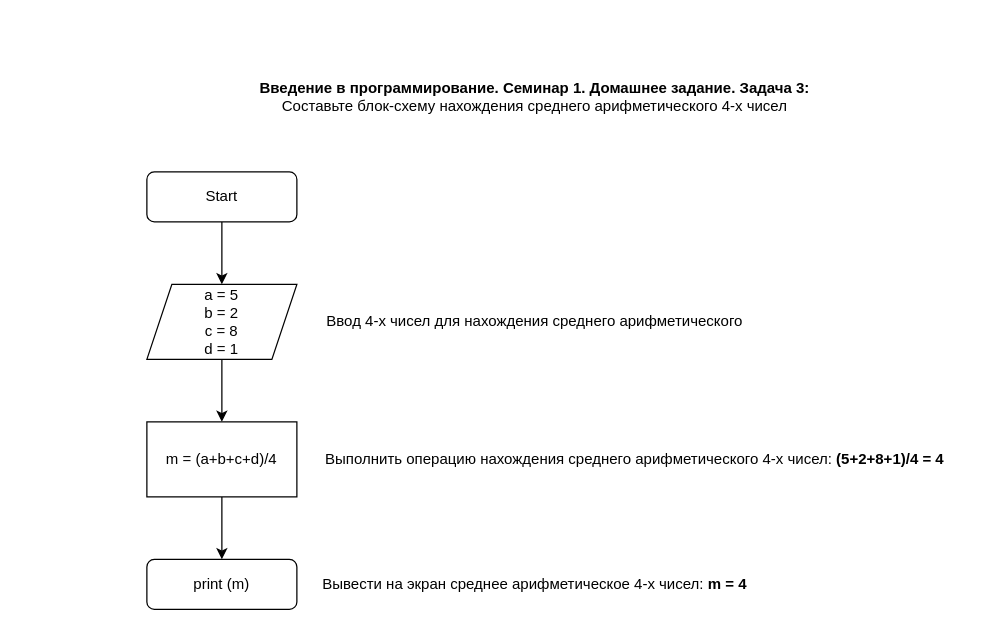
Earlier version of the draw.io diagram 2022.12.06_HW_1-3.drawio (kask1n/Programming_Introguction). Source tidied: cells renumbered, new cells numbered last; positions are measured from the earlier drawing's top-left corner, leaving out a move shared by most shapes. Both pictures are drawn from the tidied source at 125%, with x=0, y=0 at pixel (146, 71).
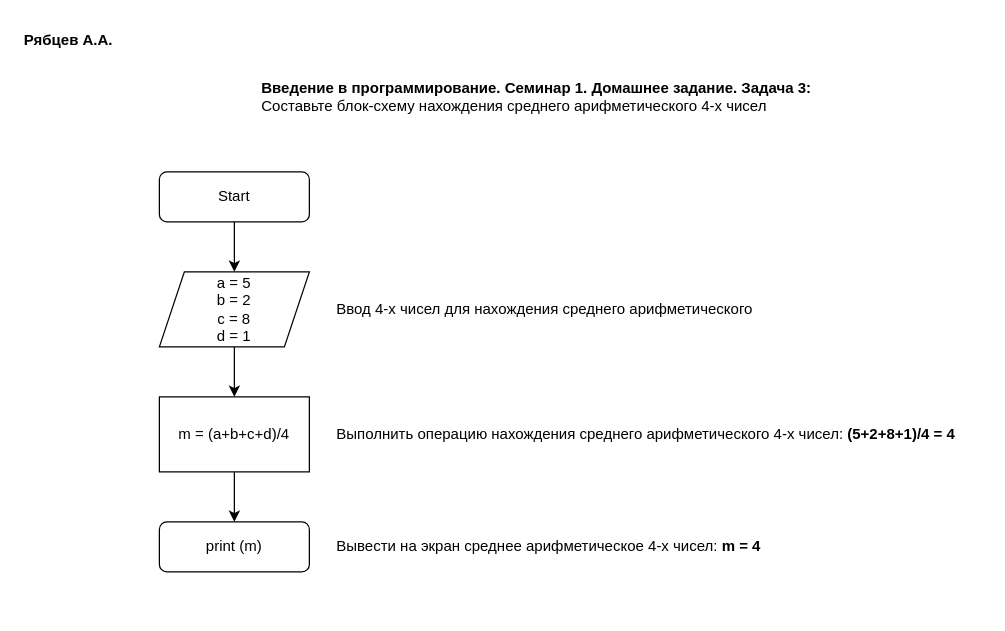
Above is the later version.

What changed in the source:
```diff
@@
 <mxGraphModel>
   <root>
     <mxCell id="0" />
     <mxCell id="1" parent="0" />
-    <mxCell id="2" style="edgeStyle=orthogonalEdgeStyle;rounded=0;jettySize=auto;html=1;" parent="1" edge="1" source="3">
-      <mxGeometry relative="1" as="geometry">
-        <mxPoint x="60" y="170" as="targetPoint" />
-      </mxGeometry>
-    </mxCell>
+    <mxCell id="13" style="edgeStyle=orthogonalEdgeStyle;rounded=0;jettySize=auto;html=1;" parent="1" edge="1" source="3" target="6">
+      <mxGeometry relative="1" as="geometry" />
+    </mxCell>
     <mxCell id="3" value="Start" style="rounded=1;whiteSpace=wrap;html=1;fontSize=12;glass=0;strokeWidth=1;shadow=0;" parent="1" vertex="1">
-      <mxGeometry y="80" width="120" height="40" as="geometry" />
+      <mxGeometry x="10" y="80" width="120" height="40" as="geometry" />
     </mxCell>
     <mxCell id="4" value="print (m)" style="rounded=1;whiteSpace=wrap;html=1;fontSize=12;glass=0;strokeWidth=1;shadow=0;" parent="1" vertex="1">
-      <mxGeometry y="390" width="120" height="40" as="geometry" />
+      <mxGeometry x="10" y="360" width="120" height="40" as="geometry" />
     </mxCell>
     <mxCell id="5" style="edgeStyle=orthogonalEdgeStyle;rounded=0;jettySize=auto;html=1;" parent="1" edge="1" source="6" target="8">
       <mxGeometry relative="1" as="geometry" />
     </mxCell>
     <mxCell id="6" value="a = 5&lt;br&gt;b = 2&lt;br&gt;c = 8&lt;br&gt;d = 1" style="shape=parallelogram;perimeter=parallelogramPerimeter;whiteSpace=wrap;html=1;fixedSize=1;" parent="1" vertex="1">
-      <mxGeometry y="170" width="120" height="60" as="geometry" />
+      <mxGeometry x="10" y="160" width="120" height="60" as="geometry" />
     </mxCell>
     <mxCell id="7" style="edgeStyle=orthogonalEdgeStyle;rounded=0;jettySize=auto;html=1;" parent="1" edge="1" source="8" target="4">
       <mxGeometry relative="1" as="geometry" />
     </mxCell>
     <mxCell id="8" value="m = (a+b+c+d)/4" style="rounded=0;whiteSpace=wrap;html=1;" parent="1" vertex="1">
-      <mxGeometry y="280" width="120" height="60" as="geometry" />
+      <mxGeometry x="10" y="260" width="120" height="60" as="geometry" />
     </mxCell>
-    <mxCell id="9" value="Выполнить операцию нахождения среднего арифметического 4-х чисел: &lt;b&gt;(5+2+8+1)/4 = 4&lt;/b&gt;" style="text;html=1;align=center;verticalAlign=middle;strokeColor=none;fillColor=none;" parent="1" vertex="1">
-      <mxGeometry x="130" y="295" width="520" height="30" as="geometry" />
+    <mxCell id="9" value="Выполнить операцию нахождения среднего арифметического 4-х чисел: &lt;b&gt;(5+2+8+1)/4 = 4&lt;/b&gt;" style="text;html=1;align=left;verticalAlign=middle;strokeColor=none;fillColor=none;" parent="1" vertex="1">
+      <mxGeometry x="150" y="275" width="520" height="30" as="geometry" />
     </mxCell>
-    <mxCell id="10" value="Вывести на экран среднее арифметическое 4-х чисел: &lt;b&gt;m = 4&lt;/b&gt;" style="text;html=1;align=center;verticalAlign=middle;strokeColor=none;fillColor=none;" parent="1" vertex="1">
-      <mxGeometry x="130" y="395" width="360" height="30" as="geometry" />
+    <mxCell id="10" value="Вывести на экран среднее арифметическое 4-х чисел: &lt;b&gt;m = 4&lt;/b&gt;" style="text;html=1;align=left;verticalAlign=middle;strokeColor=none;fillColor=none;" parent="1" vertex="1">
+      <mxGeometry x="150" y="365" width="360" height="30" as="geometry" />
     </mxCell>
-    <mxCell id="11" value="Ввод 4-х чисел для нахождения среднего арифметического" style="text;html=1;align=center;verticalAlign=middle;strokeColor=none;fillColor=none;" parent="1" vertex="1">
-      <mxGeometry x="130" y="185" width="360" height="30" as="geometry" />
+    <mxCell id="11" value="Ввод 4-х чисел для нахождения среднего арифметического" style="text;html=1;align=left;verticalAlign=middle;strokeColor=none;fillColor=none;" parent="1" vertex="1">
+      <mxGeometry x="150" y="175" width="360" height="30" as="geometry" />
     </mxCell>
-    <mxCell id="12" value="&lt;b&gt;Введение в программирование. Семинар 1. Домашнее задание. Задача 3:&lt;br&gt;&lt;/b&gt;&lt;div&gt;Составьте блок-схему&amp;nbsp;&lt;span style=&quot;background-color: initial;&quot;&gt;нахождения среднего&amp;nbsp;&lt;/span&gt;&lt;span style=&quot;background-color: initial;&quot;&gt;арифметического 4-х&amp;nbsp;&lt;/span&gt;&lt;span style=&quot;background-color: initial;&quot;&gt;чисел&lt;/span&gt;&lt;/div&gt;" style="text;html=1;align=center;verticalAlign=middle;strokeColor=none;fillColor=none;" parent="1" vertex="1">
-      <mxGeometry x="80" width="460" height="40" as="geometry" />
+    <mxCell id="12" value="&lt;b&gt;Введение в программирование. Семинар 1. Домашнее задание. Задача 3:&lt;br&gt;&lt;/b&gt;&lt;div&gt;Составьте блок-схему&amp;nbsp;&lt;span style=&quot;background-color: initial;&quot;&gt;нахождения среднего&amp;nbsp;&lt;/span&gt;&lt;span style=&quot;background-color: initial;&quot;&gt;арифметического 4-х&amp;nbsp;&lt;/span&gt;&lt;span style=&quot;background-color: initial;&quot;&gt;чисел&lt;/span&gt;&lt;/div&gt;" style="text;html=1;align=left;verticalAlign=middle;strokeColor=none;fillColor=none;" parent="1" vertex="1">
+      <mxGeometry x="90" width="460" height="40" as="geometry" />
     </mxCell>
+    <mxCell id="14" value="&lt;b&gt;Рябцев А.А.&lt;/b&gt;" style="text;html=1;align=left;verticalAlign=middle;strokeColor=none;fillColor=none;" parent="1" vertex="1">
+      <mxGeometry x="-100" y="-40" width="90" height="30" as="geometry" />
+    </mxCell>
   </root>
 </mxGraphModel>
```
